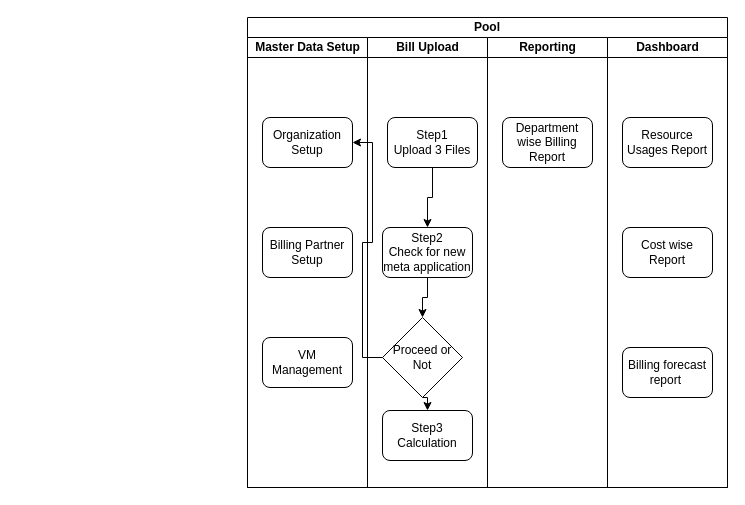
Above: CloudBIllingWorkflow.drawio in Arif-Badhon/BongoBD (draw.io), before the change. Source tidied: cells renumbered, new cells numbered last; positions are measured from the earlier drawing's top-left corner, leaving out a move shared by most shapes. Both pictures are drawn from the tidied source at 100%, with x=0, y=0 at pixel (247, 17).
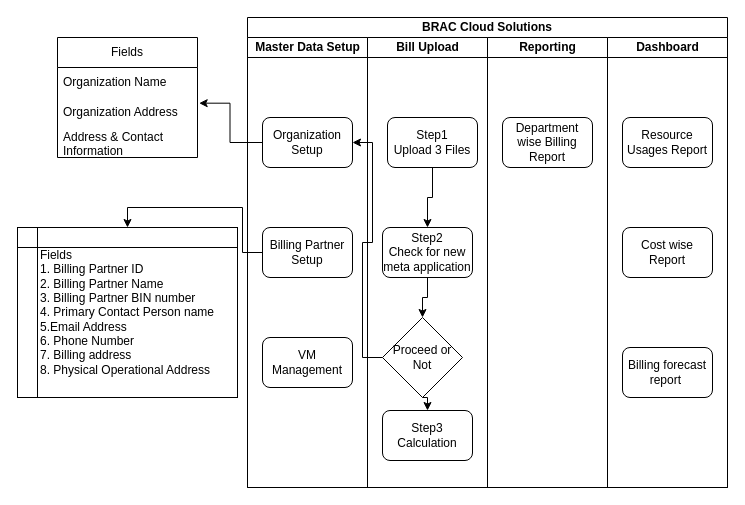
The same diagram, later.

Unchanged cells that the change refers to:
```xml
<mxCell id="4" value="Organization Setup" style="rounded=1;whiteSpace=wrap;html=1;" parent="3" vertex="1">
  <mxGeometry x="15" y="80" width="90" height="50" as="geometry" />
</mxCell>
<mxCell id="5" value="Billing Partner Setup" style="rounded=1;whiteSpace=wrap;html=1;" parent="3" vertex="1">
  <mxGeometry x="15" y="190" width="90" height="50" as="geometry" />
</mxCell>
```

Diff of the diagram source:
```diff
@@
-    <mxCell id="2" value="Pool" style="swimlane;html=1;startSize=20;whiteSpace=wrap;" parent="1" vertex="1">
+    <mxCell id="2" value="BRAC Cloud Solutions" style="swimlane;html=1;startSize=20;whiteSpace=wrap;" parent="1" vertex="1">
       <mxGeometry width="480" height="470" as="geometry" />
     </mxCell>
@@
+    <mxCell id="22" value="Fields" style="swimlane;fontStyle=0;horizontal=1;startSize=30;whiteSpace=wrap;html=1;" parent="1" vertex="1">
+      <mxGeometry x="-190" y="20" width="140" height="120" as="geometry" />
+    </mxCell>
+    <mxCell id="23" value="Organization Name" style="text;strokeColor=none;fillColor=none;align=left;verticalAlign=middle;spacingLeft=4;spacingRight=4;overflow=hidden;whiteSpace=wrap;html=1;" parent="22" vertex="1">
+      <mxGeometry y="30" width="140" height="30" as="geometry" />
+    </mxCell>
+    <mxCell id="24" value="Organization Address" style="text;strokeColor=none;fillColor=none;align=left;verticalAlign=middle;spacingLeft=4;spacingRight=4;overflow=hidden;points=[[0,0.5],[1,0.5]];portConstraint=eastwest;whiteSpace=wrap;html=1;" parent="22" vertex="1">
+      <mxGeometry y="60" width="140" height="30" as="geometry" />
+    </mxCell>
+    <mxCell id="25" value="Address &amp;amp; Contact Information" style="text;strokeColor=none;fillColor=none;align=left;verticalAlign=middle;spacingLeft=4;spacingRight=4;overflow=hidden;whiteSpace=wrap;html=1;" parent="22" vertex="1">
+      <mxGeometry y="90" width="140" height="30" as="geometry" />
+    </mxCell>
+    <mxCell id="26" style="edgeStyle=orthogonalEdgeStyle;rounded=0;jettySize=auto;html=1;entryX=1.012;entryY=0.189;entryDx=0;entryDy=0;entryPerimeter=0;" parent="1" edge="1" source="4" target="24">
+      <mxGeometry relative="1" as="geometry" />
+    </mxCell>
+    <mxCell id="27" value="&lt;div style=&quot;text-align: justify;&quot;&gt;&lt;span style=&quot;background-color: initial;&quot;&gt;Fields&lt;/span&gt;&lt;/div&gt;&lt;div style=&quot;text-align: justify;&quot;&gt;&lt;span style=&quot;background-color: initial;&quot;&gt;1. Billing Partner ID&lt;/span&gt;&lt;/div&gt;&lt;div style=&quot;text-align: justify;&quot;&gt;2. Billing Partner Name&lt;/div&gt;&lt;div style=&quot;text-align: justify;&quot;&gt;3. Billing Partner BIN number&lt;/div&gt;&lt;div style=&quot;text-align: justify;&quot;&gt;4. Primary Contact Person name&lt;/div&gt;&lt;div style=&quot;text-align: justify;&quot;&gt;5.Email Address&lt;/div&gt;&lt;div style=&quot;text-align: justify;&quot;&gt;6. Phone Number&lt;/div&gt;&lt;div style=&quot;text-align: justify;&quot;&gt;7. Billing address&lt;/div&gt;&lt;div style=&quot;text-align: justify;&quot;&gt;8. Physical Operational Address&lt;/div&gt;" style="shape=internalStorage;whiteSpace=wrap;html=1;backgroundOutline=1;" parent="1" vertex="1">
+      <mxGeometry x="-230" y="210" width="220" height="170" as="geometry" />
+    </mxCell>
+    <mxCell id="28" style="edgeStyle=orthogonalEdgeStyle;rounded=0;jettySize=auto;html=1;exitX=0;exitY=0.5;exitDx=0;exitDy=0;entryX=0.5;entryY=0;entryDx=0;entryDy=0;" parent="1" edge="1" source="5" target="27">
+      <mxGeometry relative="1" as="geometry" />
+    </mxCell>
```
